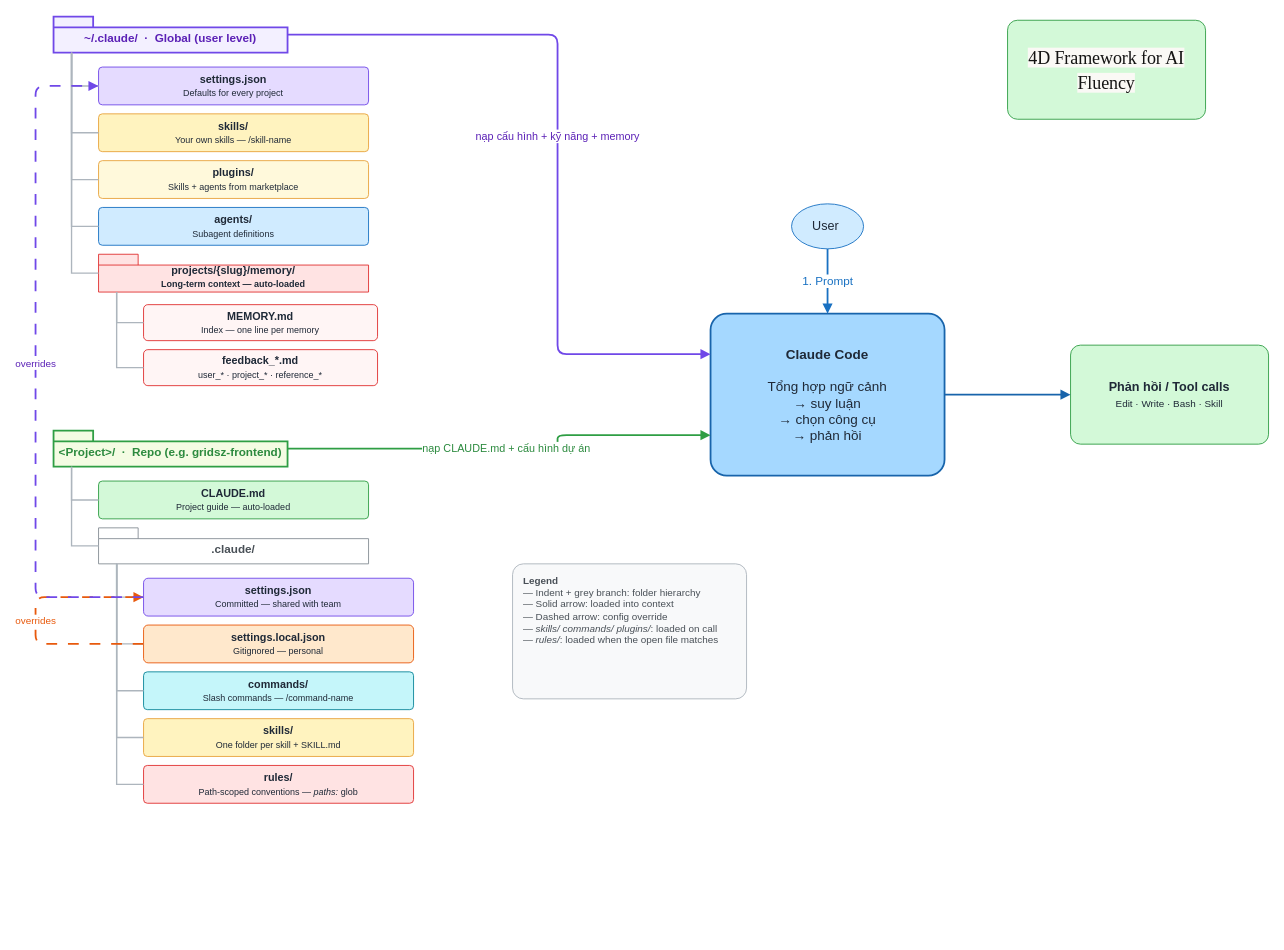
The draw.io diagram claude-code-context-architecture.drawio in ntrong2009/diagrams, before the edit. Source tidied: cells renumbered, new cells numbered last; positions are measured from the earlier drawing's top-left corner, leaving out a move shared by most shapes. Both pictures are drawn from the tidied source at 90%, with x=0, y=0 at pixel (35, 16).
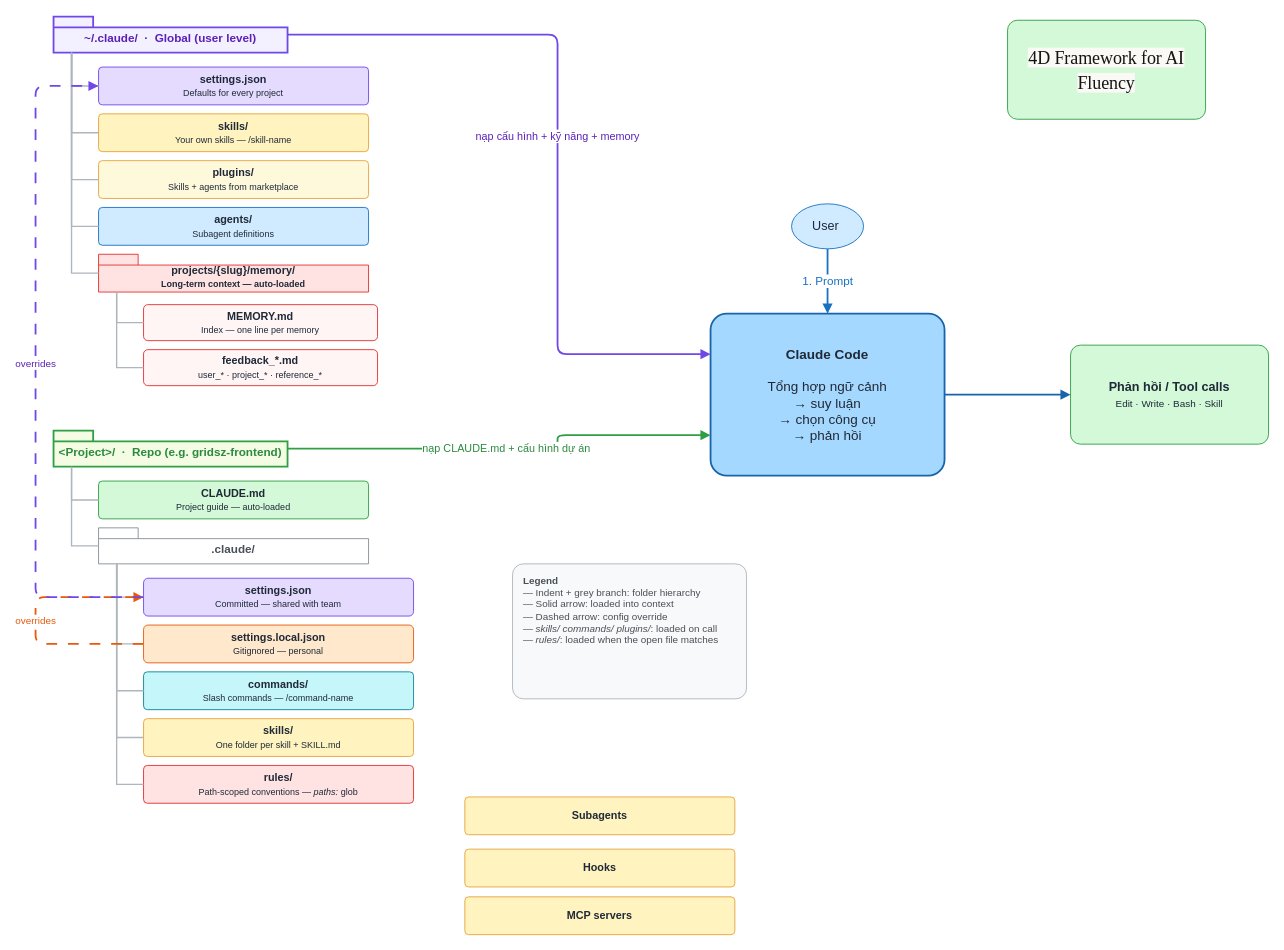
After the change.

Commit message (it also covers changes not shown here):
Remove unnecessary diagram

Diff of the diagram source:
```diff
@@
+    <mxCell id="43" value="&lt;b&gt;Subagents&lt;/b&gt;" style="rounded=1;whiteSpace=wrap;html=1;arcSize=10;fillColor=#fff3bf;strokeColor=#e8a33d;fontSize=12;fontColor=#1f2937;verticalAlign=middle;" parent="1" vertex="1">
+      <mxGeometry x="477" y="867" width="300" height="42" as="geometry" />
+    </mxCell>
+    <mxCell id="44" value="&lt;b&gt;Hooks&lt;/b&gt;" style="rounded=1;whiteSpace=wrap;html=1;arcSize=10;fillColor=#fff3bf;strokeColor=#e8a33d;fontSize=12;fontColor=#1f2937;verticalAlign=middle;" parent="1" vertex="1">
+      <mxGeometry x="477" y="925" width="300" height="42" as="geometry" />
+    </mxCell>
+    <mxCell id="45" value="&lt;b&gt;MCP servers&lt;/b&gt;" style="rounded=1;whiteSpace=wrap;html=1;arcSize=10;fillColor=#fff3bf;strokeColor=#e8a33d;fontSize=12;fontColor=#1f2937;verticalAlign=middle;" parent="1" vertex="1">
+      <mxGeometry x="477" y="978" width="300" height="42" as="geometry" />
+    </mxCell>
```
